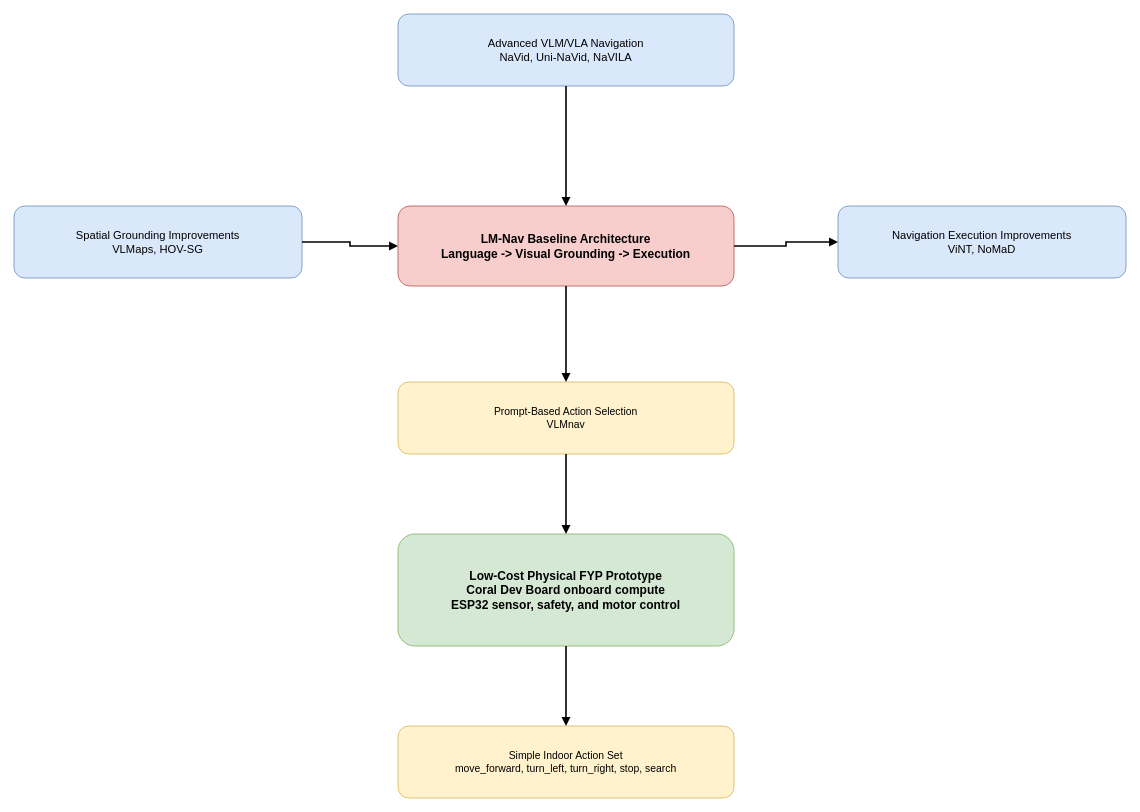
Above: drawio/chapter_2/figure_2_3_positioning_of_related_works_around_lm_nav.drawio in amfarhnn/VLM-Based-Robot-Navigation (draw.io), before the change. Source tidied: cells renumbered, new cells numbered last; positions are measured from the earlier drawing's top-left corner, leaving out a move shared by most shapes. Both pictures are drawn from the tidied source at 80%, with x=0, y=0 at pixel (14, 14).
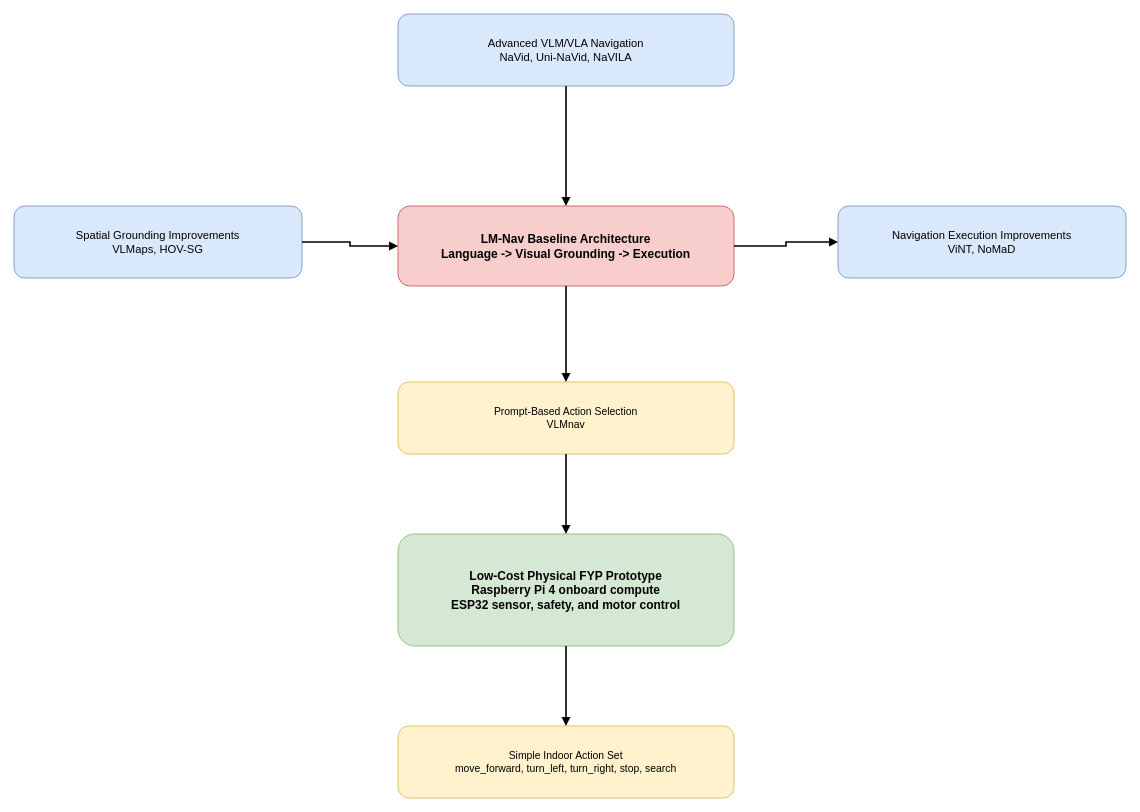
After the change.

Change to the diagram source:
```diff
@@
 <mxGraphModel>
   <root>
     <mxCell id="0" />
     <mxCell id="1" parent="0" />
     <mxCell id="2" value="Advanced VLM/VLA Navigation&#10;NaVid, Uni-NaVid, NaVILA" style="rounded=1;whiteSpace=wrap;html=1;fillColor=#dae8fc;strokeColor=#6c8ebf;fontSize=14;" parent="1" vertex="1">
       <mxGeometry x="480" width="420" height="90" as="geometry" />
     </mxCell>
     <mxCell id="3" value="Spatial Grounding Improvements&#10;VLMaps, HOV-SG" style="rounded=1;whiteSpace=wrap;html=1;fillColor=#dae8fc;strokeColor=#6c8ebf;fontSize=14;" parent="1" vertex="1">
       <mxGeometry y="240" width="360" height="90" as="geometry" />
     </mxCell>
     <mxCell id="4" value="LM-Nav Baseline Architecture&#10;Language -&gt; Visual Grounding -&gt; Execution" style="rounded=1;whiteSpace=wrap;html=1;fillColor=#f8cecc;strokeColor=#b85450;fontStyle=1;fontSize=15;" parent="1" vertex="1">
       <mxGeometry x="480" y="240" width="420" height="100" as="geometry" />
     </mxCell>
     <mxCell id="5" value="Navigation Execution Improvements&#10;ViNT, NoMaD" style="rounded=1;whiteSpace=wrap;html=1;fillColor=#dae8fc;strokeColor=#6c8ebf;fontSize=14;" parent="1" vertex="1">
       <mxGeometry x="1030" y="240" width="360" height="90" as="geometry" />
     </mxCell>
     <mxCell id="6" value="Prompt-Based Action Selection&#10;VLMnav" style="rounded=1;whiteSpace=wrap;html=1;fillColor=#fff2cc;strokeColor=#d6b656;fontSize=13;" parent="1" vertex="1">
       <mxGeometry x="480" y="460" width="420" height="90" as="geometry" />
     </mxCell>
-    <mxCell id="7" value="Low-Cost Physical FYP Prototype&#10;Coral Dev Board onboard compute&#10;ESP32 sensor, safety, and motor control" style="rounded=1;whiteSpace=wrap;html=1;fillColor=#d5e8d4;strokeColor=#82b366;fontStyle=1;fontSize=15;" parent="1" vertex="1">
+    <mxCell id="7" value="Low-Cost Physical FYP Prototype&#10;Raspberry Pi 4 onboard compute&#10;ESP32 sensor, safety, and motor control" style="rounded=1;whiteSpace=wrap;html=1;fillColor=#d5e8d4;strokeColor=#82b366;fontStyle=1;fontSize=15;" parent="1" vertex="1">
       <mxGeometry x="480" y="650" width="420" height="140" as="geometry" />
     </mxCell>
     <mxCell id="8" value="Simple Indoor Action Set&#10;move_forward, turn_left, turn_right, stop, search" style="rounded=1;whiteSpace=wrap;html=1;fillColor=#fff2cc;strokeColor=#d6b656;fontSize=13;" parent="1" vertex="1">
       <mxGeometry x="480" y="890" width="420" height="90" as="geometry" />
     </mxCell>
     <mxCell id="9" style="edgeStyle=orthogonalEdgeStyle;rounded=0;jettySize=auto;html=1;endArrow=block;endFill=1;strokeWidth=2;" parent="1" edge="1" source="3" target="4">
       <mxGeometry relative="1" as="geometry" />
     </mxCell>
     <mxCell id="10" style="edgeStyle=orthogonalEdgeStyle;rounded=0;jettySize=auto;html=1;endArrow=block;endFill=1;strokeWidth=2;" parent="1" edge="1" source="4" target="5">
       <mxGeometry relative="1" as="geometry" />
     </mxCell>
     <mxCell id="11" style="edgeStyle=orthogonalEdgeStyle;rounded=0;jettySize=auto;html=1;endArrow=block;endFill=1;strokeWidth=2;" parent="1" edge="1" source="2" target="4">
       <mxGeometry relative="1" as="geometry" />
     </mxCell>
     <mxCell id="12" style="edgeStyle=orthogonalEdgeStyle;rounded=0;jettySize=auto;html=1;endArrow=block;endFill=1;strokeWidth=2;" parent="1" edge="1" source="4" target="6">
       <mxGeometry relative="1" as="geometry" />
     </mxCell>
     <mxCell id="13" style="edgeStyle=orthogonalEdgeStyle;rounded=0;jettySize=auto;html=1;endArrow=block;endFill=1;strokeWidth=2;" parent="1" edge="1" source="6" target="7">
       <mxGeometry relative="1" as="geometry" />
     </mxCell>
     <mxCell id="14" style="edgeStyle=orthogonalEdgeStyle;rounded=0;jettySize=auto;html=1;endArrow=block;endFill=1;strokeWidth=2;" parent="1" edge="1" source="7" target="8">
       <mxGeometry relative="1" as="geometry" />
     </mxCell>
   </root>
 </mxGraphModel>
```
